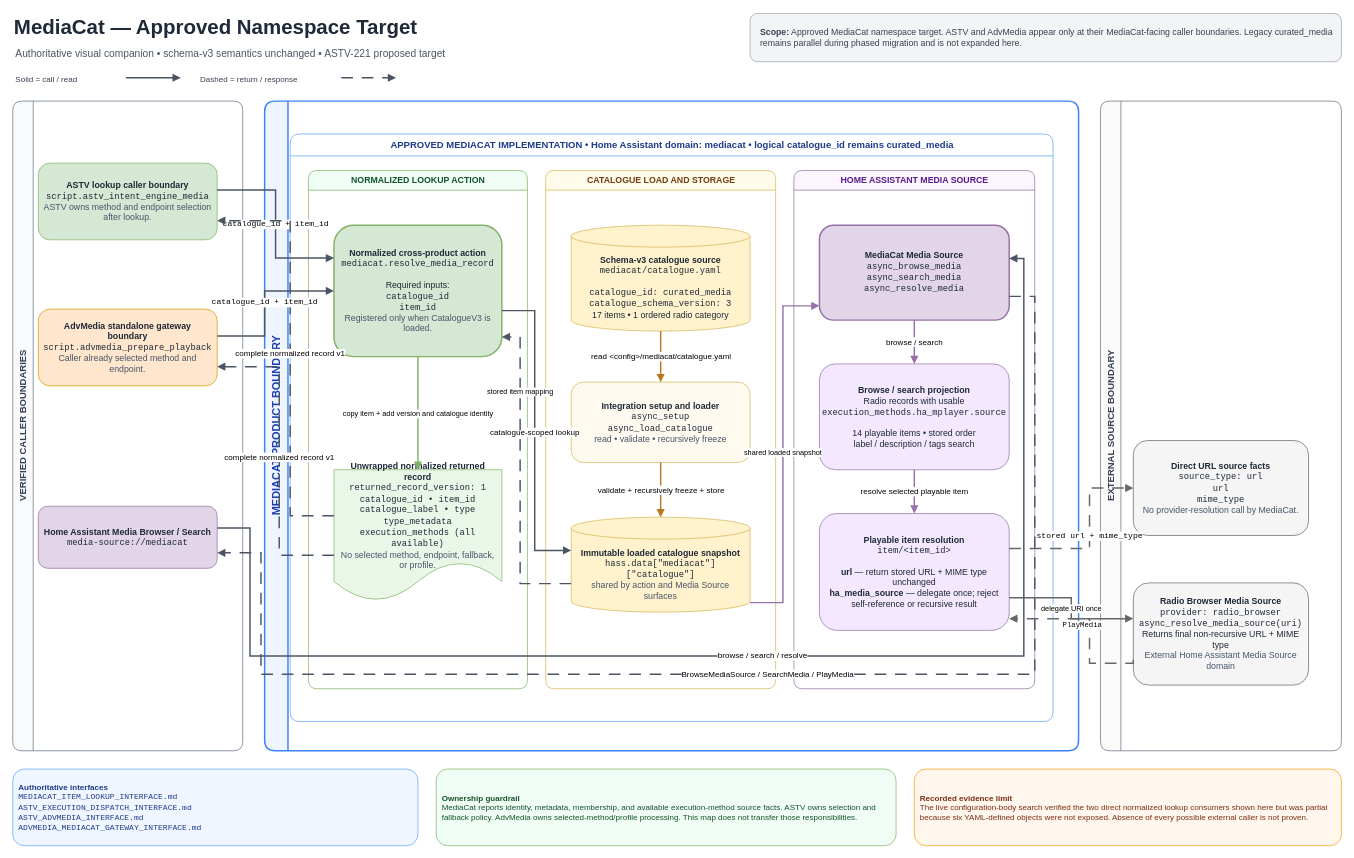
83degrees/MediaCat keeps this draw.io diagram as 01_Architecture/Diagrams/MEDIACAT_ARCHITECTURE.drawio. Above is the earlier version. Source tidied: cells renumbered, new cells numbered last; positions are measured from the earlier drawing's top-left corner, leaving out a move shared by most shapes. Both pictures are drawn from the tidied source at 73%, with x=0, y=0 at pixel (12, 12).
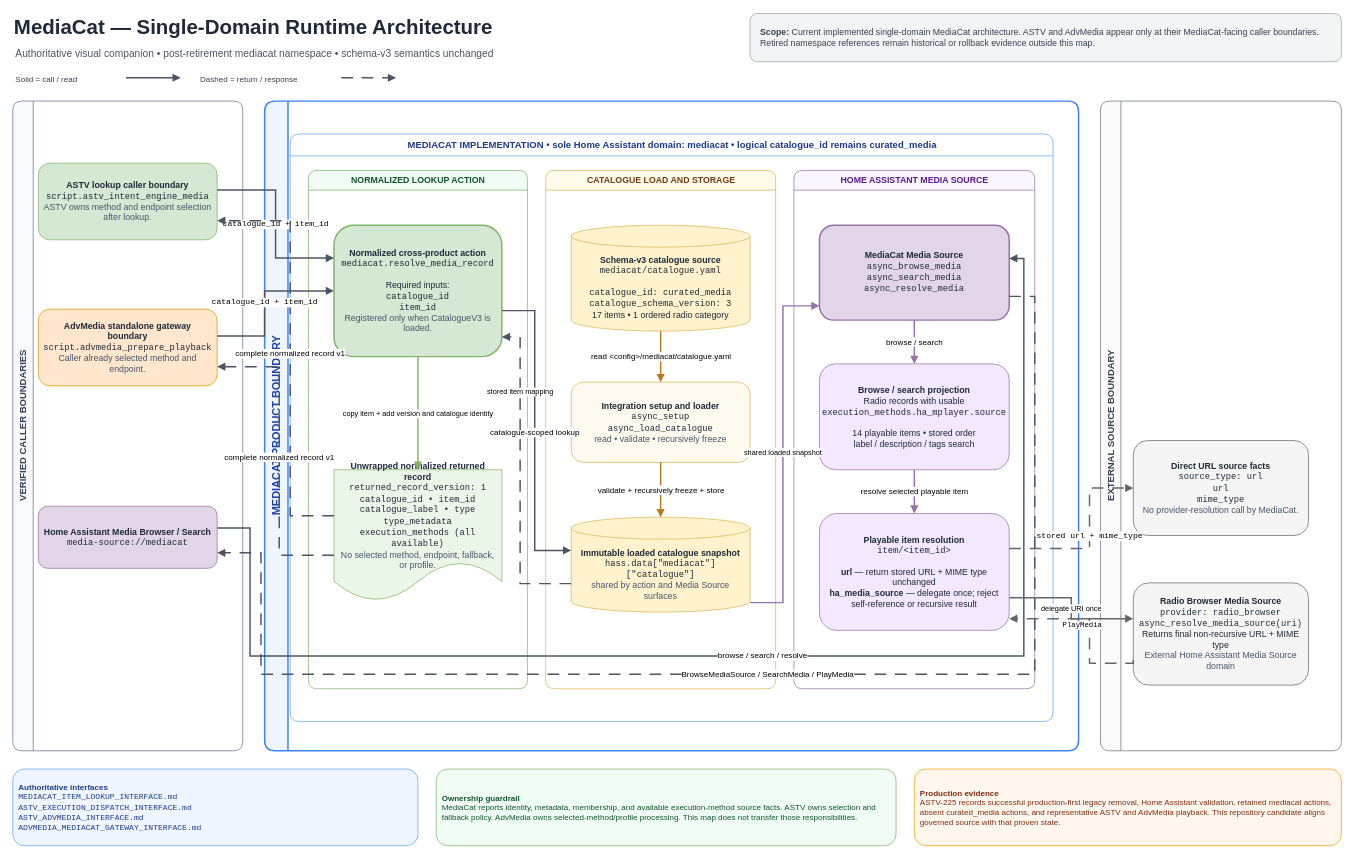
The same diagram, later.

Change to the diagram source:
```diff
@@
-    <mxCell id="2" value="&lt;b&gt;MediaCat — Approved Namespace Target&lt;/b&gt;" style="text;html=1;strokeColor=none;fillColor=none;align=left;verticalAlign=middle;fontSize=28;fontColor=#1f2937;" parent="1" vertex="1">
+    <mxCell id="2" value="&lt;b&gt;MediaCat — Single-Domain Runtime Architecture&lt;/b&gt;" style="text;html=1;strokeColor=none;fillColor=none;align=left;verticalAlign=middle;fontSize=28;fontColor=#1f2937;" parent="1" vertex="1">
       <mxGeometry width="980" height="40" as="geometry" />
     </mxCell>
-    <mxCell id="3" value="Authoritative visual companion • schema-v3 semantics unchanged • ASTV-221 proposed target" style="text;html=1;strokeColor=none;fillColor=none;align=left;verticalAlign=middle;fontSize=14;fontColor=#4b5563;" parent="1" vertex="1">
+    <mxCell id="3" value="Authoritative visual companion • post-retirement mediacat namespace • schema-v3 semantics unchanged" style="text;html=1;strokeColor=none;fillColor=none;align=left;verticalAlign=middle;fontSize=14;fontColor=#4b5563;" parent="1" vertex="1">
       <mxGeometry x="2" y="42" width="940" height="28" as="geometry" />
     </mxCell>
-    <mxCell id="4" value="&lt;b&gt;Scope:&lt;/b&gt; Approved MediaCat namespace target. ASTV and AdvMedia appear only at their MediaCat-facing caller boundaries. Legacy curated_media remains parallel during phased migration and is not expanded here." style="rounded=1;whiteSpace=wrap;html=1;fillColor=#f3f4f6;strokeColor=#9ca3af;fontColor=#374151;fontSize=12;align=left;spacingLeft=12;" parent="1" vertex="1">
+    <mxCell id="4" value="&lt;b&gt;Scope:&lt;/b&gt; Current implemented single-domain MediaCat architecture. ASTV and AdvMedia appear only at their MediaCat-facing caller boundaries. Retired namespace references remain historical or rollback evidence outside this map." style="rounded=1;whiteSpace=wrap;html=1;fillColor=#f3f4f6;strokeColor=#9ca3af;fontColor=#374151;fontSize=12;align=left;spacingLeft=12;" parent="1" vertex="1">
       <mxGeometry x="1010" y="1" width="810" height="66" as="geometry" />
     </mxCell>
@@
-    <mxCell id="15" value="APPROVED MEDIACAT IMPLEMENTATION • Home Assistant domain: mediacat • logical catalogue_id remains curated_media" style="swimlane;html=1;horizontal=1;startSize=30;rounded=1;fillColor=#ffffff;strokeColor=#60a5fa;fontColor=#1e3a8a;fontStyle=1;fontSize=13;" parent="1" vertex="1">
+    <mxCell id="15" value="MEDIACAT IMPLEMENTATION • sole Home Assistant domain: mediacat • logical catalogue_id remains curated_media" style="swimlane;html=1;horizontal=1;startSize=30;rounded=1;fillColor=#ffffff;strokeColor=#60a5fa;fontColor=#1e3a8a;fontStyle=1;fontSize=13;" parent="1" vertex="1">
       <mxGeometry x="380" y="166" width="1045" height="805" as="geometry" />
     </mxCell>
@@
-    <mxCell id="48" value="&lt;b&gt;Recorded evidence limit&lt;/b&gt;&lt;br&gt;The live configuration-body search verified the two direct normalized lookup consumers shown here but was partial because six YAML-defined objects were not exposed. Absence of every possible external caller is not proven." style="rounded=1;whiteSpace=wrap;html=1;fillColor=#fff7ed;strokeColor=#f59e0b;fontColor=#7c2d12;fontSize=11;spacing=8;align=left;" parent="1" vertex="1">
+    <mxCell id="48" value="&lt;b&gt;Production evidence&lt;/b&gt;&lt;br&gt;ASTV-225 records successful production-first legacy removal, Home Assistant validation, retained mediacat actions, absent curated_media actions, and representative ASTV and AdvMedia playback. This repository candidate aligns governed source with that proven state." style="rounded=1;whiteSpace=wrap;html=1;fillColor=#fff7ed;strokeColor=#f59e0b;fontColor=#7c2d12;fontSize=11;spacing=8;align=left;" parent="1" vertex="1">
       <mxGeometry x="1235" y="1036" width="585" height="105" as="geometry" />
     </mxCell>
```
